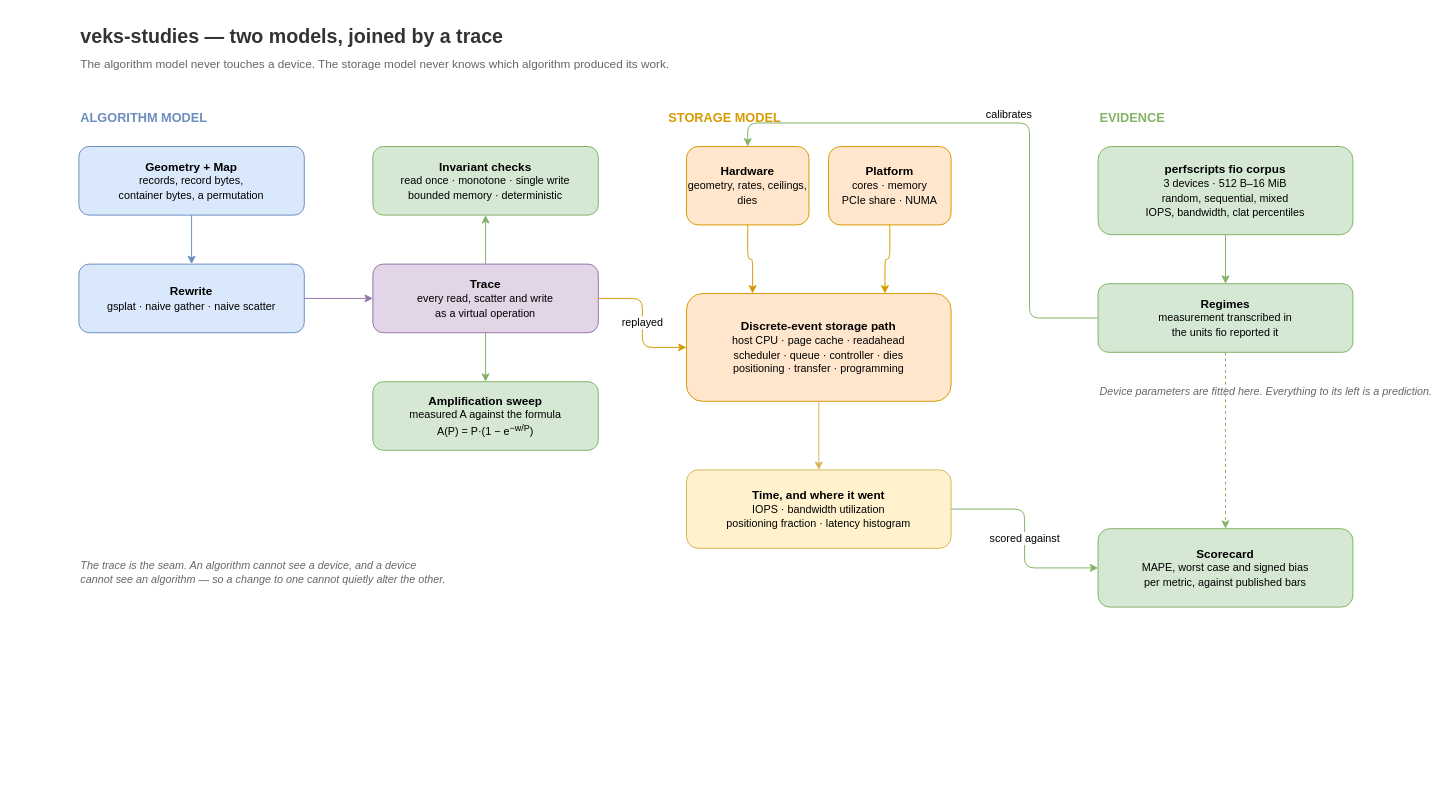
This is veks-studies/docs/gsplat/veks-sim-layers.drawio from nosqlbench/vectordata-rs, a draw.io file, before an edit. Source tidied: cells renumbered, new cells numbered last; positions are measured from the earlier drawing's top-left corner, leaving out a move shared by most shapes. Both pictures are drawn from the tidied source at 98%, with x=0, y=0 at pixel (78, 19).
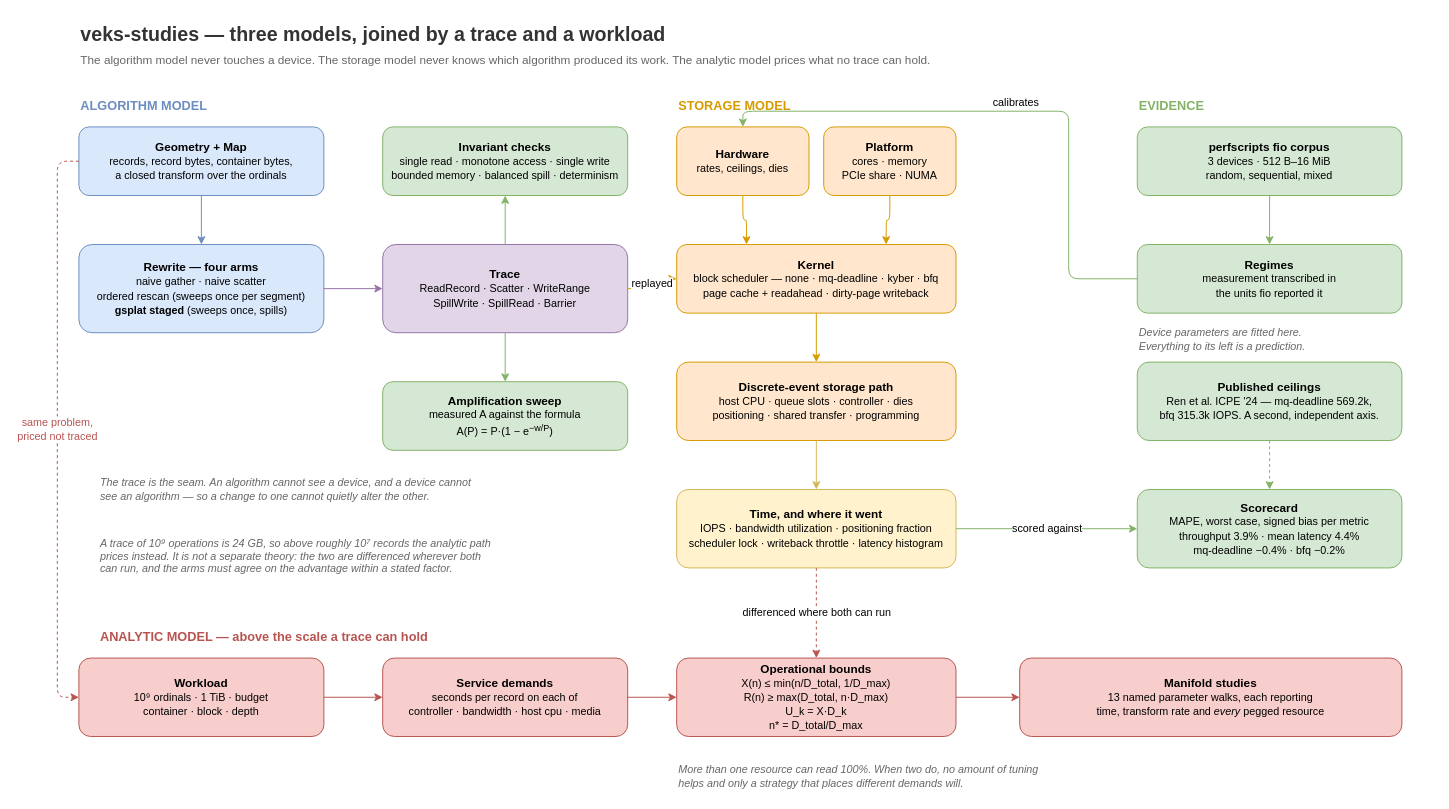
Above is the later version.

Commit message (it also covers changes not shown here):
veks-studies: add the analytic model to the layer diagram

- Third band: workload, service demands, operational bounds, studies
- Dashed edge from the storage path down to the bounds, labelled as the
  cross-check where both models can run
- Rewrite box lists four arms, not three
- Trace box lists SpillWrite and SpillRead
- Invariant checks list balanced spill
- Kernel box between hardware and the request path
- Scorecard carries current figures and the scheduler ceilings

The edit, as a diff of the source:
```diff
@@
-    <mxCell id="2" value="veks-studies — two models, joined by a trace" style="text;html=1;align=left;verticalAlign=middle;fontSize=20;fontStyle=1;fontColor=#333333;" parent="1" vertex="1">
-      <mxGeometry width="700" height="34" as="geometry" />
+    <mxCell id="2" value="veks-studies — three models, joined by a trace and a workload" style="text;html=1;align=left;verticalAlign=middle;fontSize=20;fontStyle=1;fontColor=#333333;" parent="1" vertex="1">
+      <mxGeometry y="-2" width="800" height="34" as="geometry" />
     </mxCell>
-    <mxCell id="3" value="The algorithm model never touches a device. The storage model never knows which algorithm produced its work." style="text;html=1;align=left;verticalAlign=middle;fontSize=12;fontColor=#666666;" parent="1" vertex="1">
-      <mxGeometry y="36" width="900" height="20" as="geometry" />
+    <mxCell id="3" value="The algorithm model never touches a device. The storage model never knows which algorithm produced its work. The analytic model prices what no trace can hold." style="text;html=1;align=left;verticalAlign=middle;fontSize=12;fontColor=#666666;" parent="1" vertex="1">
+      <mxGeometry y="32" width="1100" height="20" as="geometry" />
     </mxCell>
     <mxCell id="4" value="ALGORITHM MODEL" style="text;html=1;align=left;verticalAlign=middle;fontSize=13;fontStyle=1;fontColor=#6c8ebf;" parent="1" vertex="1">
-      <mxGeometry y="90" width="300" height="20" as="geometry" />
+      <mxGeometry y="78" width="300" height="20" as="geometry" />
     </mxCell>
     <mxCell id="5" value="STORAGE MODEL" style="text;html=1;align=left;verticalAlign=middle;fontSize=13;fontStyle=1;fontColor=#d79b00;" parent="1" vertex="1">
-      <mxGeometry x="600" y="90" width="300" height="20" as="geometry" />
+      <mxGeometry x="610" y="78" width="300" height="20" as="geometry" />
     </mxCell>
     <mxCell id="6" value="EVIDENCE" style="text;html=1;align=left;verticalAlign=middle;fontSize=13;fontStyle=1;fontColor=#82b366;" parent="1" vertex="1">
-      <mxGeometry x="1040" y="90" width="300" height="20" as="geometry" />
+      <mxGeometry x="1080" y="78" width="300" height="20" as="geometry" />
     </mxCell>
-    <mxCell id="7" value="&lt;b&gt;Geometry + Map&lt;/b&gt;&lt;br/&gt;&lt;font style=&quot;font-size:11px;&quot;&gt;records, record bytes,&#10;container bytes, a permutation&lt;/font&gt;" style="rounded=1;whiteSpace=wrap;html=1;fillColor=#dae8fc;strokeColor=#6c8ebf;" parent="1" vertex="1">
-      <mxGeometry y="130" width="230" height="70" as="geometry" />
+    <mxCell id="7" value="&lt;b&gt;Geometry + Map&lt;/b&gt;&lt;br/&gt;&lt;font style=&quot;font-size:11px;&quot;&gt;records, record bytes, container bytes,&#10;a closed transform over the ordinals&lt;/font&gt;" style="rounded=1;whiteSpace=wrap;html=1;fillColor=#dae8fc;strokeColor=#6c8ebf;" parent="1" vertex="1">
+      <mxGeometry y="110" width="250" height="70" as="geometry" />
     </mxCell>
-    <mxCell id="8" value="&lt;b&gt;Rewrite&lt;/b&gt;&lt;br/&gt;&lt;font style=&quot;font-size:11px;&quot;&gt;gsplat · naive gather · naive scatter&lt;/font&gt;" style="rounded=1;whiteSpace=wrap;html=1;fillColor=#dae8fc;strokeColor=#6c8ebf;" parent="1" vertex="1">
-      <mxGeometry y="250" width="230" height="70" as="geometry" />
+    <mxCell id="8" value="&lt;b&gt;Rewrite — four arms&lt;/b&gt;&lt;br/&gt;&lt;font style=&quot;font-size:11px;&quot;&gt;naive gather · naive scatter&#10;ordered rescan (sweeps once per segment)&#10;&lt;b&gt;gsplat staged&lt;/b&gt; (sweeps once, spills)&lt;/font&gt;" style="rounded=1;whiteSpace=wrap;html=1;fillColor=#dae8fc;strokeColor=#6c8ebf;" parent="1" vertex="1">
+      <mxGeometry y="230" width="250" height="90" as="geometry" />
     </mxCell>
+    <mxCell id="10" value="&lt;b&gt;Invariant checks&lt;/b&gt;&lt;br/&gt;&lt;font style=&quot;font-size:11px;&quot;&gt;single read · monotone access · single write&#10;bounded memory · balanced spill · determinism&lt;/font&gt;" style="rounded=1;whiteSpace=wrap;html=1;fillColor=#d5e8d4;strokeColor=#82b366;" parent="1" vertex="1">
+      <mxGeometry x="310" y="110" width="250" height="70" as="geometry" />
+    </mxCell>
-    <mxCell id="9" value="&lt;b&gt;Trace&lt;/b&gt;&lt;br/&gt;&lt;font style=&quot;font-size:11px;&quot;&gt;every read, scatter and write&#10;as a virtual operation&lt;/font&gt;" style="rounded=1;whiteSpace=wrap;html=1;fillColor=#e1d5e7;strokeColor=#9673a6;" parent="1" vertex="1">
-      <mxGeometry x="300" y="250" width="230" height="70" as="geometry" />
+    <mxCell id="9" value="&lt;b&gt;Trace&lt;/b&gt;&lt;br/&gt;&lt;font style=&quot;font-size:11px;&quot;&gt;ReadRecord · Scatter · WriteRange&#10;SpillWrite · SpillRead · Barrier&lt;/font&gt;" style="rounded=1;whiteSpace=wrap;html=1;fillColor=#e1d5e7;strokeColor=#9673a6;" parent="1" vertex="1">
+      <mxGeometry x="310" y="230" width="250" height="90" as="geometry" />
     </mxCell>
-    <mxCell id="10" value="&lt;b&gt;Invariant checks&lt;/b&gt;&lt;br/&gt;&lt;font style=&quot;font-size:11px;&quot;&gt;read once · monotone · single write&#10;bounded memory · deterministic&lt;/font&gt;" style="rounded=1;whiteSpace=wrap;html=1;fillColor=#d5e8d4;strokeColor=#82b366;" parent="1" vertex="1">
-      <mxGeometry x="300" y="130" width="230" height="70" as="geometry" />
-    </mxCell>
     <mxCell id="11" value="&lt;b&gt;Amplification sweep&lt;/b&gt;&lt;br/&gt;&lt;font style=&quot;font-size:11px;&quot;&gt;measured A against the formula&#10;A(P) = P·(1 − e&lt;sup&gt;−w/P&lt;/sup&gt;)&lt;/font&gt;" style="rounded=1;whiteSpace=wrap;html=1;fillColor=#d5e8d4;strokeColor=#82b366;" parent="1" vertex="1">
-      <mxGeometry x="300" y="370" width="230" height="70" as="geometry" />
+      <mxGeometry x="310" y="370" width="250" height="70" as="geometry" />
     </mxCell>
-    <mxCell id="12" value="&lt;b&gt;Discrete-event storage path&lt;/b&gt;&lt;br/&gt;&lt;font style=&quot;font-size:11px;&quot;&gt;host CPU · page cache · readahead&#10;scheduler · queue · controller · dies&#10;positioning · transfer · programming&lt;/font&gt;" style="rounded=1;whiteSpace=wrap;html=1;fillColor=#ffe6cc;strokeColor=#d79b00;" parent="1" vertex="1">
-      <mxGeometry x="620" y="280" width="270" height="110" as="geometry" />
-    </mxCell>
-    <mxCell id="13" value="&lt;b&gt;Hardware&lt;/b&gt;&lt;br/&gt;&lt;font style=&quot;font-size:11px;&quot;&gt;geometry, rates, ceilings, dies&lt;/font&gt;" style="rounded=1;whiteSpace=wrap;html=1;fillColor=#ffe6cc;strokeColor=#d79b00;" parent="1" vertex="1">
-      <mxGeometry x="620" y="130" width="125" height="80" as="geometry" />
+    <mxCell id="13" value="&lt;b&gt;Hardware&lt;/b&gt;&lt;br/&gt;&lt;font style=&quot;font-size:11px;&quot;&gt;rates, ceilings, dies&lt;/font&gt;" style="rounded=1;whiteSpace=wrap;html=1;fillColor=#ffe6cc;strokeColor=#d79b00;" parent="1" vertex="1">
+      <mxGeometry x="610" y="110" width="135" height="70" as="geometry" />
     </mxCell>
     <mxCell id="14" value="&lt;b&gt;Platform&lt;/b&gt;&lt;br/&gt;&lt;font style=&quot;font-size:11px;&quot;&gt;cores · memory&#10;PCIe share · NUMA&lt;/font&gt;" style="rounded=1;whiteSpace=wrap;html=1;fillColor=#ffe6cc;strokeColor=#d79b00;" parent="1" vertex="1">
-      <mxGeometry x="765" y="130" width="125" height="80" as="geometry" />
+      <mxGeometry x="760" y="110" width="135" height="70" as="geometry" />
     </mxCell>
+    <mxCell id="33" value="&lt;b&gt;Kernel&lt;/b&gt;&lt;br/&gt;&lt;font style=&quot;font-size:11px;&quot;&gt;block scheduler — none · mq-deadline · kyber · bfq&#10;page cache + readahead · dirty-page writeback&lt;/font&gt;" style="rounded=1;whiteSpace=wrap;html=1;fillColor=#ffe6cc;strokeColor=#d79b00;" parent="1" vertex="1">
+      <mxGeometry x="610" y="230" width="285" height="70" as="geometry" />
+    </mxCell>
+    <mxCell id="12" value="&lt;b&gt;Discrete-event storage path&lt;/b&gt;&lt;br/&gt;&lt;font style=&quot;font-size:11px;&quot;&gt;host CPU · queue slots · controller · dies&#10;positioning · shared transfer · programming&lt;/font&gt;" style="rounded=1;whiteSpace=wrap;html=1;fillColor=#ffe6cc;strokeColor=#d79b00;" parent="1" vertex="1">
+      <mxGeometry x="610" y="350" width="285" height="80" as="geometry" />
+    </mxCell>
-    <mxCell id="15" value="&lt;b&gt;Time, and where it went&lt;/b&gt;&lt;br/&gt;&lt;font style=&quot;font-size:11px;&quot;&gt;IOPS · bandwidth utilization&#10;positioning fraction · latency histogram&lt;/font&gt;" style="rounded=1;whiteSpace=wrap;html=1;fillColor=#fff2cc;strokeColor=#d6b656;" parent="1" vertex="1">
-      <mxGeometry x="620" y="460" width="270" height="80" as="geometry" />
+    <mxCell id="15" value="&lt;b&gt;Time, and where it went&lt;/b&gt;&lt;br/&gt;&lt;font style=&quot;font-size:11px;&quot;&gt;IOPS · bandwidth utilization · positioning fraction&#10;scheduler lock · writeback throttle · latency histogram&lt;/font&gt;" style="rounded=1;whiteSpace=wrap;html=1;fillColor=#fff2cc;strokeColor=#d6b656;" parent="1" vertex="1">
+      <mxGeometry x="610" y="480" width="285" height="80" as="geometry" />
     </mxCell>
-    <mxCell id="16" value="&lt;b&gt;perfscripts fio corpus&lt;/b&gt;&lt;br/&gt;&lt;font style=&quot;font-size:11px;&quot;&gt;3 devices · 512 B–16 MiB&#10;random, sequential, mixed&#10;IOPS, bandwidth, clat percentiles&lt;/font&gt;" style="rounded=1;whiteSpace=wrap;html=1;fillColor=#d5e8d4;strokeColor=#82b366;" parent="1" vertex="1">
-      <mxGeometry x="1040" y="130" width="260" height="90" as="geometry" />
+    <mxCell id="16" value="&lt;b&gt;perfscripts fio corpus&lt;/b&gt;&lt;br/&gt;&lt;font style=&quot;font-size:11px;&quot;&gt;3 devices · 512 B–16 MiB&#10;random, sequential, mixed&lt;/font&gt;" style="rounded=1;whiteSpace=wrap;html=1;fillColor=#d5e8d4;strokeColor=#82b366;" parent="1" vertex="1">
+      <mxGeometry x="1080" y="110" width="270" height="70" as="geometry" />
     </mxCell>
     <mxCell id="17" value="&lt;b&gt;Regimes&lt;/b&gt;&lt;br/&gt;&lt;font style=&quot;font-size:11px;&quot;&gt;measurement transcribed in&#10;the units fio reported it&lt;/font&gt;" style="rounded=1;whiteSpace=wrap;html=1;fillColor=#d5e8d4;strokeColor=#82b366;" parent="1" vertex="1">
-      <mxGeometry x="1040" y="270" width="260" height="70" as="geometry" />
+      <mxGeometry x="1080" y="230" width="270" height="70" as="geometry" />
     </mxCell>
+    <mxCell id="34" value="&lt;b&gt;Published ceilings&lt;/b&gt;&lt;br/&gt;&lt;font style=&quot;font-size:11px;&quot;&gt;Ren et al. ICPE '24 — mq-deadline 569.2k,&#10;bfq 315.3k IOPS. A second, independent axis.&lt;/font&gt;" style="rounded=1;whiteSpace=wrap;html=1;fillColor=#d5e8d4;strokeColor=#82b366;" parent="1" vertex="1">
+      <mxGeometry x="1080" y="350" width="270" height="80" as="geometry" />
+    </mxCell>
-    <mxCell id="18" value="&lt;b&gt;Scorecard&lt;/b&gt;&lt;br/&gt;&lt;font style=&quot;font-size:11px;&quot;&gt;MAPE, worst case and signed bias&#10;per metric, against published bars&lt;/font&gt;" style="rounded=1;whiteSpace=wrap;html=1;fillColor=#d5e8d4;strokeColor=#82b366;" parent="1" vertex="1">
-      <mxGeometry x="1040" y="520" width="260" height="80" as="geometry" />
+    <mxCell id="18" value="&lt;b&gt;Scorecard&lt;/b&gt;&lt;br/&gt;&lt;font style=&quot;font-size:11px;&quot;&gt;MAPE, worst case, signed bias per metric&#10;throughput 3.9% · mean latency 4.4%&#10;mq-deadline −0.4% · bfq −0.2%&lt;/font&gt;" style="rounded=1;whiteSpace=wrap;html=1;fillColor=#d5e8d4;strokeColor=#82b366;" parent="1" vertex="1">
+      <mxGeometry x="1080" y="480" width="270" height="80" as="geometry" />
     </mxCell>
+    <mxCell id="35" value="ANALYTIC MODEL — above the scale a trace can hold" style="text;html=1;align=left;verticalAlign=middle;fontSize=13;fontStyle=1;fontColor=#b85450;" parent="1" vertex="1">
+      <mxGeometry x="20" y="620" width="500" height="20" as="geometry" />
+    </mxCell>
+    <mxCell id="36" value="&lt;b&gt;Workload&lt;/b&gt;&lt;br/&gt;&lt;font style=&quot;font-size:11px;&quot;&gt;10⁹ ordinals · 1 TiB · budget&#10;container · block · depth&lt;/font&gt;" style="rounded=1;whiteSpace=wrap;html=1;fillColor=#f8cecc;strokeColor=#b85450;" parent="1" vertex="1">
+      <mxGeometry y="652" width="250" height="80" as="geometry" />
+    </mxCell>
+    <mxCell id="37" value="&lt;b&gt;Service demands&lt;/b&gt;&lt;br/&gt;&lt;font style=&quot;font-size:11px;&quot;&gt;seconds per record on each of&#10;controller · bandwidth · host cpu · media&lt;/font&gt;" style="rounded=1;whiteSpace=wrap;html=1;fillColor=#f8cecc;strokeColor=#b85450;" parent="1" vertex="1">
+      <mxGeometry x="310" y="652" width="250" height="80" as="geometry" />
+    </mxCell>
+    <mxCell id="38" value="&lt;b&gt;Operational bounds&lt;/b&gt;&lt;br/&gt;&lt;font style=&quot;font-size:11px;&quot;&gt;X(n) ≤ min(n/D_total, 1/D_max)&#10;R(n) ≥ max(D_total, n·D_max)&#10;U_k = X·D_k&#10;n* = D_total/D_max&lt;/font&gt;" style="rounded=1;whiteSpace=wrap;html=1;fillColor=#f8cecc;strokeColor=#b85450;" parent="1" vertex="1">
+      <mxGeometry x="610" y="652" width="285" height="80" as="geometry" />
+    </mxCell>
+    <mxCell id="39" value="&lt;b&gt;Manifold studies&lt;/b&gt;&lt;br/&gt;&lt;font style=&quot;font-size:11px;&quot;&gt;13 named parameter walks, each reporting&#10;time, transform rate and &lt;i&gt;every&lt;/i&gt; pegged resource&lt;/font&gt;" style="rounded=1;whiteSpace=wrap;html=1;fillColor=#f8cecc;strokeColor=#b85450;" parent="1" vertex="1">
+      <mxGeometry x="960" y="652" width="390" height="80" as="geometry" />
+    </mxCell>
-    <mxCell id="19" value="The trace is the seam. An algorithm cannot see a device, and a device&#10;cannot see an algorithm — so a change to one cannot quietly alter the other." style="text;html=1;align=left;verticalAlign=middle;fontSize=11;fontColor=#666666;fontStyle=2;" parent="1" vertex="1">
-      <mxGeometry y="540" width="560" height="50" as="geometry" />
+    <mxCell id="19" value="The trace is the seam. An algorithm cannot see a device, and a device cannot&#10;see an algorithm — so a change to one cannot quietly alter the other." style="text;html=1;align=left;verticalAlign=middle;fontSize=11;fontColor=#666666;fontStyle=2;" parent="1" vertex="1">
+      <mxGeometry x="20" y="460" width="540" height="40" as="geometry" />
     </mxCell>
+    <mxCell id="40" value="A trace of 10⁹ operations is 24 GB, so above roughly 10⁷ records the analytic path&#10;prices instead. It is not a separate theory: the two are differenced wherever both&#10;can run, and the arms must agree on the advantage within a stated factor." style="text;html=1;align=left;verticalAlign=middle;fontSize=11;fontColor=#666666;fontStyle=2;" parent="1" vertex="1">
+      <mxGeometry x="20" y="520" width="580" height="55" as="geometry" />
+    </mxCell>
-    <mxCell id="20" value="Device parameters are fitted here. Everything to its left is a prediction." style="text;html=1;align=left;verticalAlign=middle;fontSize=11;fontColor=#666666;fontStyle=2;" parent="1" vertex="1">
-      <mxGeometry x="1040" y="360" width="280" height="40" as="geometry" />
+    <mxCell id="20" value="Device parameters are fitted here.&#10;Everything to its left is a prediction." style="text;html=1;align=left;verticalAlign=middle;fontSize=11;fontColor=#666666;fontStyle=2;" parent="1" vertex="1">
+      <mxGeometry x="1080" y="310" width="280" height="34" as="geometry" />
     </mxCell>
+    <mxCell id="41" value="More than one resource can read 100%. When two do, no amount of tuning&#10;helps and only a strategy that places different demands will." style="text;html=1;align=left;verticalAlign=middle;fontSize=11;fontColor=#666666;fontStyle=2;" parent="1" vertex="1">
+      <mxGeometry x="610" y="756" width="740" height="34" as="geometry" />
+    </mxCell>
@@
-    <mxCell id="25" value="replayed" style="edgeStyle=orthogonalEdgeStyle;rounded=1;jettySize=auto;html=1;exitX=1;exitY=0.5;exitDx=0;exitDy=0;entryX=0;entryY=0.5;entryDx=0;entryDy=0;strokeColor=#d79b00;fontSize=11;" parent="1" edge="1" source="9" target="12">
+    <mxCell id="25" value="replayed" style="edgeStyle=orthogonalEdgeStyle;rounded=1;jettySize=auto;html=1;exitX=1;exitY=0.5;exitDx=0;exitDy=0;entryX=0;entryY=0.5;entryDx=0;entryDy=0;strokeColor=#d79b00;fontSize=11;" parent="1" edge="1" source="9" target="33">
       <mxGeometry relative="1" as="geometry" />
     </mxCell>
-    <mxCell id="26" style="edgeStyle=orthogonalEdgeStyle;rounded=1;jettySize=auto;html=1;exitX=0.5;exitY=1;exitDx=0;exitDy=0;entryX=0.25;entryY=0;entryDx=0;entryDy=0;strokeColor=#d79b00;" parent="1" edge="1" source="13" target="12">
+    <mxCell id="26" style="edgeStyle=orthogonalEdgeStyle;rounded=1;jettySize=auto;html=1;exitX=0.5;exitY=1;exitDx=0;exitDy=0;entryX=0.25;entryY=0;entryDx=0;entryDy=0;strokeColor=#d79b00;" parent="1" edge="1" source="13" target="33">
       <mxGeometry relative="1" as="geometry" />
     </mxCell>
-    <mxCell id="27" style="edgeStyle=orthogonalEdgeStyle;rounded=1;jettySize=auto;html=1;exitX=0.5;exitY=1;exitDx=0;exitDy=0;entryX=0.75;entryY=0;entryDx=0;entryDy=0;strokeColor=#d79b00;" parent="1" edge="1" source="14" target="12">
+    <mxCell id="27" style="edgeStyle=orthogonalEdgeStyle;rounded=1;jettySize=auto;html=1;exitX=0.5;exitY=1;exitDx=0;exitDy=0;entryX=0.75;entryY=0;entryDx=0;entryDy=0;strokeColor=#d79b00;" parent="1" edge="1" source="14" target="33">
       <mxGeometry relative="1" as="geometry" />
     </mxCell>
+    <mxCell id="42" style="edgeStyle=orthogonalEdgeStyle;rounded=1;jettySize=auto;html=1;exitX=0.5;exitY=1;exitDx=0;exitDy=0;entryX=0.5;entryY=0;entryDx=0;entryDy=0;strokeColor=#d79b00;" parent="1" edge="1" source="33" target="12">
+      <mxGeometry relative="1" as="geometry" />
+    </mxCell>
@@
     <mxCell id="29" value="calibrates" style="edgeStyle=orthogonalEdgeStyle;rounded=1;jettySize=auto;html=1;exitX=0;exitY=0.5;exitDx=0;exitDy=0;entryX=0.5;entryY=0;entryDx=0;entryDy=0;strokeColor=#82b366;fontSize=11;verticalAlign=bottom;" parent="1" edge="1" source="17" target="13">
       <mxGeometry relative="1" as="geometry">
         <Array as="points">
-          <mxPoint x="970" y="305" />
-          <mxPoint x="970" y="106" />
-          <mxPoint x="682" y="106" />
+          <mxPoint x="1010" y="265" />
+          <mxPoint x="1010" y="94" />
+          <mxPoint x="677" y="94" />
         </Array>
       </mxGeometry>
     </mxCell>
@@
-    <mxCell id="32" style="edgeStyle=orthogonalEdgeStyle;rounded=1;jettySize=auto;html=1;exitX=0.5;exitY=1;exitDx=0;exitDy=0;entryX=0.5;entryY=0;entryDx=0;entryDy=0;strokeColor=#82b366;dashed=1;" parent="1" edge="1" source="17" target="18">
+    <mxCell id="32" style="edgeStyle=orthogonalEdgeStyle;rounded=1;jettySize=auto;html=1;exitX=0.5;exitY=1;exitDx=0;exitDy=0;entryX=0.5;entryY=0;entryDx=0;entryDy=0;strokeColor=#82b366;dashed=1;" parent="1" edge="1" source="34" target="18">
       <mxGeometry relative="1" as="geometry" />
     </mxCell>
+    <mxCell id="43" value="same problem,&#10;priced not traced" style="edgeStyle=orthogonalEdgeStyle;rounded=1;jettySize=auto;html=1;exitX=0;exitY=0.5;exitDx=0;exitDy=0;entryX=0;entryY=0.5;entryDx=0;entryDy=0;strokeColor=#b85450;dashed=1;fontSize=11;fontColor=#b85450;" parent="1" edge="1" source="7" target="36">
+      <mxGeometry relative="1" as="geometry">
+        <Array as="points">
+          <mxPoint x="-22" y="145" />
+          <mxPoint x="-22" y="692" />
+        </Array>
+      </mxGeometry>
+    </mxCell>
+    <mxCell id="44" style="edgeStyle=orthogonalEdgeStyle;rounded=1;jettySize=auto;html=1;exitX=1;exitY=0.5;exitDx=0;exitDy=0;entryX=0;entryY=0.5;entryDx=0;entryDy=0;strokeColor=#b85450;fontSize=11;" parent="1" edge="1" source="36" target="37">
+      <mxGeometry relative="1" as="geometry" />
+    </mxCell>
+    <mxCell id="45" style="edgeStyle=orthogonalEdgeStyle;rounded=1;jettySize=auto;html=1;exitX=1;exitY=0.5;exitDx=0;exitDy=0;entryX=0;entryY=0.5;entryDx=0;entryDy=0;strokeColor=#b85450;" parent="1" edge="1" source="37" target="38">
+      <mxGeometry relative="1" as="geometry" />
+    </mxCell>
+    <mxCell id="46" style="edgeStyle=orthogonalEdgeStyle;rounded=1;jettySize=auto;html=1;exitX=1;exitY=0.5;exitDx=0;exitDy=0;entryX=0;entryY=0.5;entryDx=0;entryDy=0;strokeColor=#b85450;" parent="1" edge="1" source="38" target="39">
+      <mxGeometry relative="1" as="geometry" />
+    </mxCell>
+    <mxCell id="47" value="differenced where both can run" style="edgeStyle=orthogonalEdgeStyle;rounded=1;jettySize=auto;html=1;exitX=0.5;exitY=1;exitDx=0;exitDy=0;entryX=0.5;entryY=0;entryDx=0;entryDy=0;strokeColor=#b85450;dashed=1;fontSize=11;" parent="1" edge="1" source="15" target="38">
+      <mxGeometry relative="1" as="geometry" />
+    </mxCell>
```
